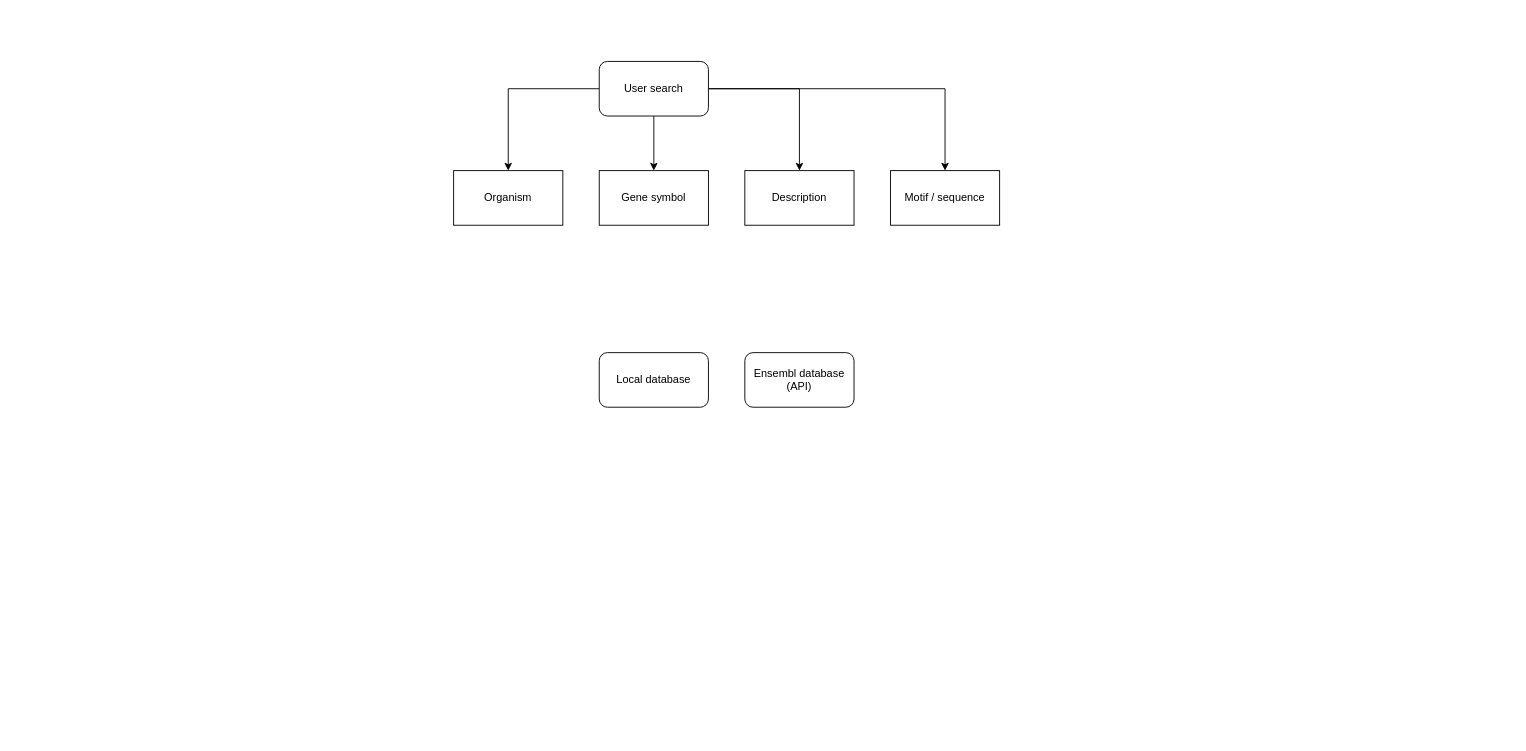
Earlier version of the draw.io diagram Untitled Diagram.drawio (LuukHenk/motif_database). Source tidied: cells renumbered, new cells numbered last; positions are measured from the earlier drawing's top-left corner, leaving out a move shared by most shapes. Both pictures are drawn from the tidied source at 91%, with x=0, y=0 at pixel (453, 61).
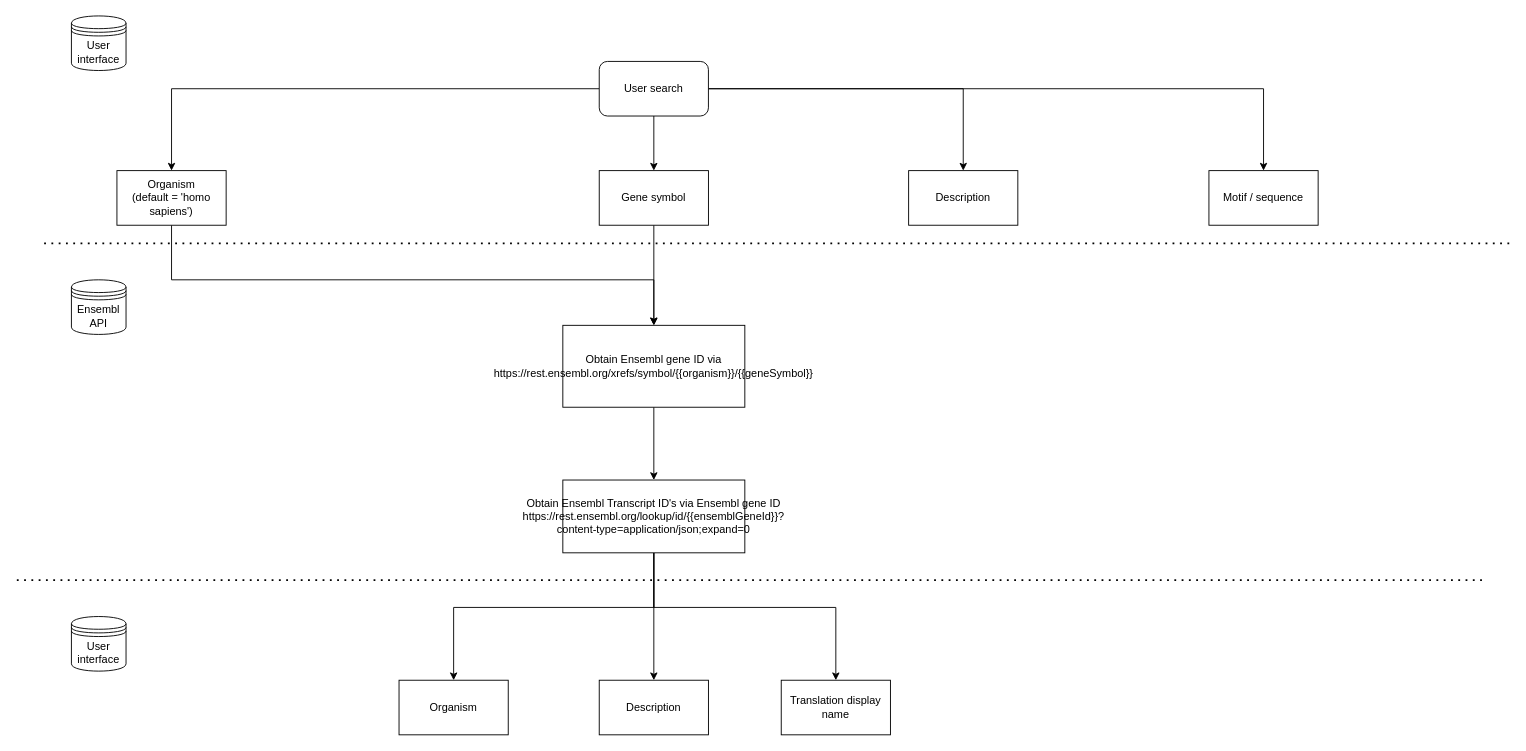
The same diagram, later.

Unchanged cells that the change refers to:
```xml
<mxCell id="2" value="Gene symbol" style="rounded=0;whiteSpace=wrap;html=1;" parent="1" vertex="1">
  <mxGeometry x="160" y="120" width="120" height="60" as="geometry" />
</mxCell>
```

What changed in the source:
```diff
@@
+    <mxCell id="13" style="edgeStyle=orthogonalEdgeStyle;rounded=0;jettySize=auto;html=1;entryX=0.5;entryY=0;entryDx=0;entryDy=0;" parent="1" edge="1" source="2" target="17">
+      <mxGeometry relative="1" as="geometry" />
+    </mxCell>
@@
     <mxCell id="8" value="Description" style="rounded=0;whiteSpace=wrap;html=1;" parent="1" vertex="1">
-      <mxGeometry x="320" y="120" width="120" height="60" as="geometry" />
+      <mxGeometry x="500" y="120" width="120" height="60" as="geometry" />
     </mxCell>
+    <mxCell id="14" style="edgeStyle=orthogonalEdgeStyle;rounded=0;jettySize=auto;html=1;entryX=0.5;entryY=0;entryDx=0;entryDy=0;" parent="1" edge="1" source="9" target="17">
+      <mxGeometry relative="1" as="geometry">
+        <Array as="points">
+          <mxPoint x="-310" y="240" />
+          <mxPoint x="220" y="240" />
+        </Array>
+      </mxGeometry>
+    </mxCell>
-    <mxCell id="9" value="Organism" style="rounded=0;whiteSpace=wrap;html=1;" parent="1" vertex="1">
-      <mxGeometry y="120" width="120" height="60" as="geometry" />
+    <mxCell id="9" value="&lt;div&gt;Organism&lt;/div&gt;&lt;div&gt;(default = 'homo sapiens')&lt;br&gt;&lt;/div&gt;" style="rounded=0;whiteSpace=wrap;html=1;" parent="1" vertex="1">
+      <mxGeometry x="-370" y="120" width="120" height="60" as="geometry" />
     </mxCell>
     <mxCell id="10" value="Motif / sequence" style="rounded=0;whiteSpace=wrap;html=1;" parent="1" vertex="1">
-      <mxGeometry x="480" y="120" width="120" height="60" as="geometry" />
+      <mxGeometry x="830" y="120" width="120" height="60" as="geometry" />
     </mxCell>
-    <mxCell id="11" value="Ensembl database (API)" style="rounded=1;whiteSpace=wrap;html=1;" parent="1" vertex="1">
-      <mxGeometry x="320" y="320" width="120" height="60" as="geometry" />
-    </mxCell>
-    <mxCell id="12" value="Local database" style="rounded=1;whiteSpace=wrap;html=1;" parent="1" vertex="1">
-      <mxGeometry x="160" y="320" width="120" height="60" as="geometry" />
-    </mxCell>
+    <mxCell id="15" value="Ensembl API" style="shape=datastore;whiteSpace=wrap;html=1;" parent="1" vertex="1">
+      <mxGeometry x="-420" y="240" width="60" height="60" as="geometry" />
+    </mxCell>
+    <mxCell id="16" style="edgeStyle=orthogonalEdgeStyle;rounded=0;jettySize=auto;html=1;entryX=0.5;entryY=0;entryDx=0;entryDy=0;" parent="1" edge="1" source="17" target="26">
+      <mxGeometry relative="1" as="geometry" />
+    </mxCell>
+    <mxCell id="17" value="&lt;div&gt;Obtain Ensembl gene ID via&lt;/div&gt;&lt;div&gt;https://rest.ensembl.org/xrefs/symbol/{{organism}}/{{geneSymbol}}&lt;br&gt;&lt;/div&gt;" style="rounded=0;whiteSpace=wrap;html=1;" parent="1" vertex="1">
+      <mxGeometry x="120" y="290" width="200" height="90" as="geometry" />
+    </mxCell>
+    <mxCell id="18" style="endArrow=none;dashed=1;html=1;dashPattern=1 3;strokeWidth=2;" parent="1" edge="1">
+      <mxGeometry relative="1" as="geometry">
+        <mxPoint x="-450" y="200" as="sourcePoint" />
+        <mxPoint x="1160" y="200" as="targetPoint" />
+      </mxGeometry>
+    </mxCell>
+    <mxCell id="19" value="Organism" style="rounded=0;whiteSpace=wrap;html=1;" parent="1" vertex="1">
+      <mxGeometry x="-60" y="680" width="120" height="60" as="geometry" />
+    </mxCell>
+    <mxCell id="20" value="Description" style="rounded=0;whiteSpace=wrap;html=1;" parent="1" vertex="1">
+      <mxGeometry x="160" y="680" width="120" height="60" as="geometry" />
+    </mxCell>
+    <mxCell id="21" value="Translation display name" style="rounded=0;whiteSpace=wrap;html=1;" parent="1" vertex="1">
+      <mxGeometry x="360" y="680" width="120" height="60" as="geometry" />
+    </mxCell>
+    <mxCell id="22" value="User interface" style="shape=datastore;whiteSpace=wrap;html=1;" parent="1" vertex="1">
+      <mxGeometry x="-420" y="-50" width="60" height="60" as="geometry" />
+    </mxCell>
+    <mxCell id="23" style="edgeStyle=orthogonalEdgeStyle;rounded=0;jettySize=auto;html=1;entryX=0.5;entryY=0;entryDx=0;entryDy=0;" parent="1" edge="1" source="26" target="19">
+      <mxGeometry relative="1" as="geometry">
+        <Array as="points">
+          <mxPoint x="220" y="600" />
+          <mxPoint y="600" />
+        </Array>
+      </mxGeometry>
+    </mxCell>
+    <mxCell id="24" style="edgeStyle=orthogonalEdgeStyle;rounded=0;jettySize=auto;html=1;entryX=0.5;entryY=0;entryDx=0;entryDy=0;" parent="1" edge="1" source="26" target="20">
+      <mxGeometry relative="1" as="geometry" />
+    </mxCell>
+    <mxCell id="25" style="edgeStyle=orthogonalEdgeStyle;rounded=0;jettySize=auto;html=1;entryX=0.5;entryY=0;entryDx=0;entryDy=0;" parent="1" edge="1" source="26" target="21">
+      <mxGeometry relative="1" as="geometry">
+        <Array as="points">
+          <mxPoint x="220" y="600" />
+          <mxPoint x="420" y="600" />
+        </Array>
+      </mxGeometry>
+    </mxCell>
+    <mxCell id="26" value="&lt;div&gt;Obtain Ensembl Transcript ID's via Ensembl gene ID&lt;/div&gt;&lt;div&gt;https://rest.ensembl.org/lookup/id/{{ensemblGeneId}}?content-type=application/json;expand=0&lt;br&gt;&lt;/div&gt;" style="rounded=0;whiteSpace=wrap;html=1;" parent="1" vertex="1">
+      <mxGeometry x="120" y="460" width="200" height="80" as="geometry" />
+    </mxCell>
+    <mxCell id="27" style="endArrow=none;dashed=1;html=1;dashPattern=1 3;strokeWidth=2;" parent="1" edge="1">
+      <mxGeometry relative="1" as="geometry">
+        <mxPoint x="-480" y="570" as="sourcePoint" />
+        <mxPoint x="1130" y="570" as="targetPoint" />
+      </mxGeometry>
+    </mxCell>
+    <mxCell id="28" value="User interface" style="shape=datastore;whiteSpace=wrap;html=1;" parent="1" vertex="1">
+      <mxGeometry x="-420" y="610" width="60" height="60" as="geometry" />
+    </mxCell>
```
